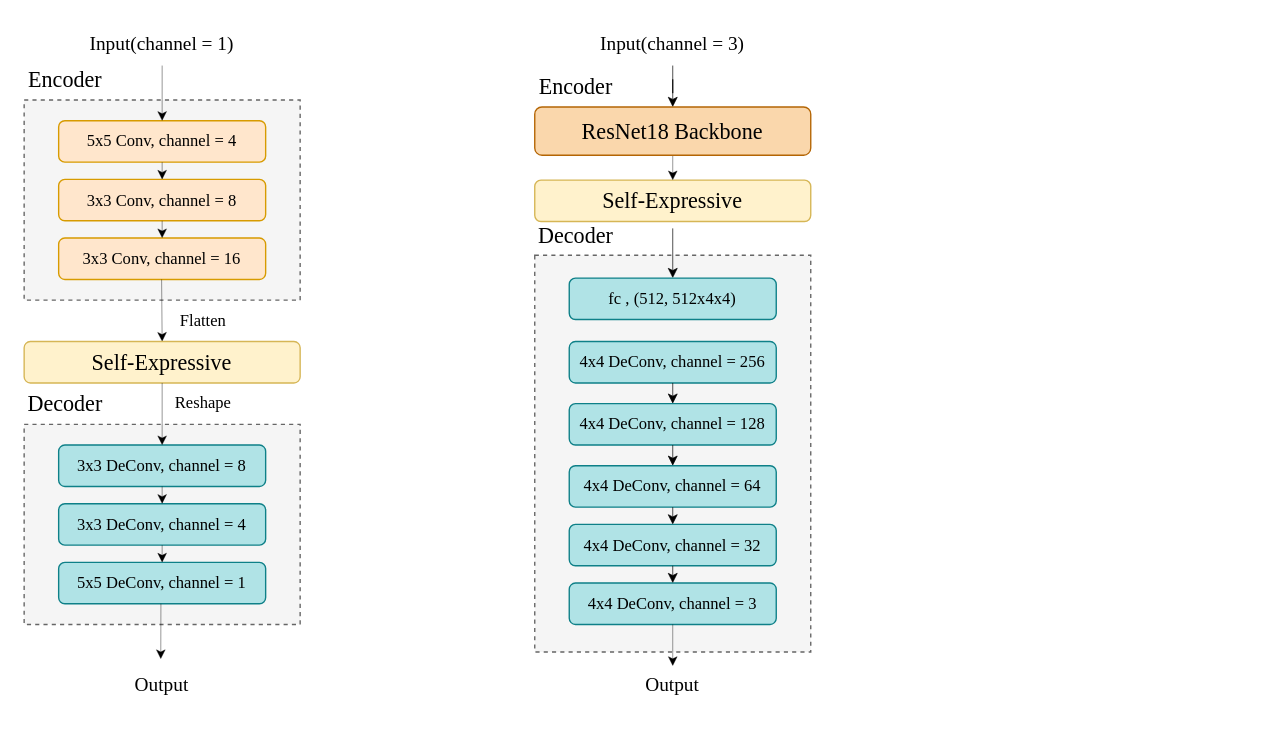
The draw.io diagram test.drawio in infiniteaim/Repository-from-Anonus, before the edit. Source tidied: cells renumbered, new cells numbered last; positions are measured from the earlier drawing's top-left corner, leaving out a move shared by most shapes. Both pictures are drawn from the tidied source at 138%, with x=0, y=0 at pixel (23, 23).
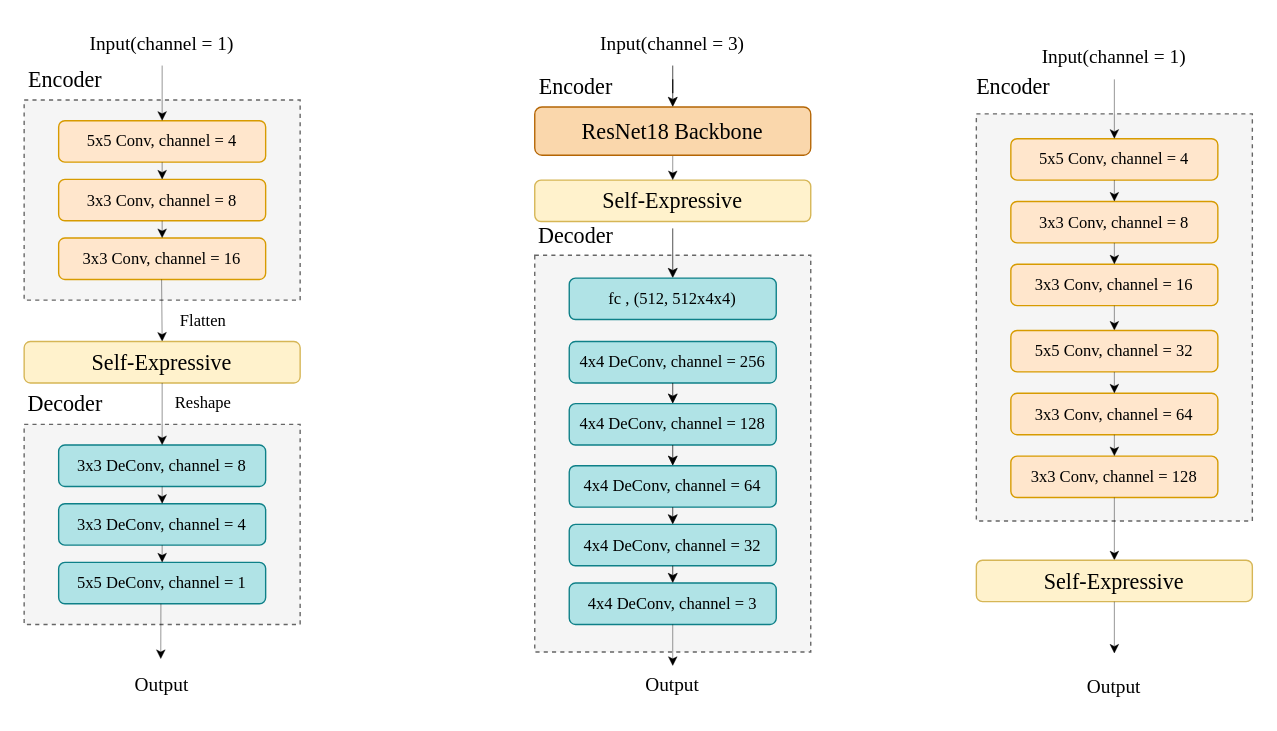
The same diagram, later.

The edit, as a diff of the source:
```diff
@@
+    <mxCell id="46" style="rounded=0;whiteSpace=wrap;html=1;dashed=1;fillColor=#f5f5f5;fontColor=#333333;strokeColor=#666666;fontFamily=Times New Roman;" parent="1" vertex="1">
+      <mxGeometry x="690" y="65" width="200" height="295" as="geometry" />
+    </mxCell>
+    <mxCell id="47" value="5x5 Conv, channel = 4" style="rounded=1;whiteSpace=wrap;html=1;fillColor=#ffe6cc;strokeColor=#d79b00;fontFamily=Times New Roman;" parent="1" vertex="1">
+      <mxGeometry x="715" y="83" width="150" height="30" as="geometry" />
+    </mxCell>
+    <mxCell id="48" value="3x3 Conv, channel = 8" style="rounded=1;whiteSpace=wrap;html=1;fillColor=#ffe6cc;strokeColor=#d79b00;fontFamily=Times New Roman;" parent="1" vertex="1">
+      <mxGeometry x="715" y="128.5" width="150" height="30" as="geometry" />
+    </mxCell>
+    <mxCell id="49" value="3x3 Conv, channel = 16" style="rounded=1;whiteSpace=wrap;html=1;fillColor=#ffe6cc;strokeColor=#d79b00;fontFamily=Times New Roman;" parent="1" vertex="1">
+      <mxGeometry x="715" y="174" width="150" height="30" as="geometry" />
+    </mxCell>
+    <mxCell id="50" style="endArrow=classic;html=1;rounded=0;entryX=0.5;entryY=0;entryDx=0;entryDy=0;strokeWidth=0.3;fontFamily=Times New Roman;" parent="1" edge="1" target="47">
+      <mxGeometry relative="1" as="geometry">
+        <mxPoint x="790" y="40" as="sourcePoint" />
+      </mxGeometry>
+    </mxCell>
+    <mxCell id="51" style="endArrow=classic;html=1;rounded=0;entryX=0.5;entryY=0;entryDx=0;entryDy=0;strokeWidth=0.3;exitX=0.5;exitY=1;exitDx=0;exitDy=0;fontFamily=Times New Roman;" parent="1" edge="1" source="47" target="48">
+      <mxGeometry relative="1" as="geometry" />
+    </mxCell>
+    <mxCell id="52" style="endArrow=classic;html=1;rounded=0;entryX=0.5;entryY=0;entryDx=0;entryDy=0;strokeWidth=0.3;exitX=0.5;exitY=1;exitDx=0;exitDy=0;fontFamily=Times New Roman;" parent="1" edge="1" source="48" target="49">
+      <mxGeometry relative="1" as="geometry" />
+    </mxCell>
+    <mxCell id="53" style="endArrow=classic;html=1;rounded=0;strokeWidth=0.3;fontFamily=Times New Roman;entryX=0.5;entryY=0;entryDx=0;entryDy=0;exitX=0.5;exitY=1;exitDx=0;exitDy=0;" parent="1" edge="1" source="49" target="55">
+      <mxGeometry relative="1" as="geometry" />
+    </mxCell>
+    <mxCell id="54" value="&lt;font style=&quot;font-size: 14px;&quot;&gt;Input(channel = 1)&lt;/font&gt;" style="text;html=1;align=center;verticalAlign=middle;whiteSpace=wrap;rounded=0;fontFamily=Times New Roman;" parent="1" vertex="1">
+      <mxGeometry x="730" y="10" width="120" height="30" as="geometry" />
+    </mxCell>
+    <mxCell id="55" value="5x5 Conv, channel = 32" style="rounded=1;whiteSpace=wrap;html=1;fillColor=#ffe6cc;strokeColor=#d79b00;fontFamily=Times New Roman;" parent="1" vertex="1">
+      <mxGeometry x="715" y="222" width="150" height="30" as="geometry" />
+    </mxCell>
+    <mxCell id="56" value="3x3 Conv, channel = 64" style="rounded=1;whiteSpace=wrap;html=1;fillColor=#ffe6cc;strokeColor=#d79b00;fontFamily=Times New Roman;" parent="1" vertex="1">
+      <mxGeometry x="715" y="267.5" width="150" height="30" as="geometry" />
+    </mxCell>
+    <mxCell id="57" value="3x3 Conv, channel = 128" style="rounded=1;whiteSpace=wrap;html=1;fillColor=#ffe6cc;strokeColor=#d79b00;fontFamily=Times New Roman;" parent="1" vertex="1">
+      <mxGeometry x="715" y="313" width="150" height="30" as="geometry" />
+    </mxCell>
+    <mxCell id="58" style="endArrow=classic;html=1;rounded=0;entryX=0.5;entryY=0;entryDx=0;entryDy=0;strokeWidth=0.3;exitX=0.5;exitY=1;exitDx=0;exitDy=0;fontFamily=Times New Roman;" parent="1" edge="1" source="55" target="56">
+      <mxGeometry relative="1" as="geometry" />
+    </mxCell>
+    <mxCell id="59" style="endArrow=classic;html=1;rounded=0;entryX=0.5;entryY=0;entryDx=0;entryDy=0;strokeWidth=0.3;exitX=0.5;exitY=1;exitDx=0;exitDy=0;fontFamily=Times New Roman;" parent="1" edge="1" source="56" target="57">
+      <mxGeometry relative="1" as="geometry" />
+    </mxCell>
+    <mxCell id="60" style="endArrow=classic;html=1;rounded=0;strokeWidth=0.3;fontFamily=Times New Roman;entryX=0.5;entryY=0;entryDx=0;entryDy=0;exitX=0.5;exitY=1;exitDx=0;exitDy=0;" parent="1" edge="1" source="57" target="61">
+      <mxGeometry relative="1" as="geometry" />
+    </mxCell>
+    <mxCell id="61" value="&lt;font style=&quot;font-size: 16px;&quot;&gt;Self-Expressive&lt;/font&gt;" style="rounded=1;whiteSpace=wrap;html=1;fillColor=#fff2cc;strokeColor=#d6b656;fontFamily=Times New Roman;" parent="1" vertex="1">
+      <mxGeometry x="690" y="388.5" width="200" height="30" as="geometry" />
+    </mxCell>
+    <mxCell id="62" style="endArrow=classic;html=1;rounded=0;strokeWidth=0.3;fontFamily=Times New Roman;exitX=0.5;exitY=1;exitDx=0;exitDy=0;" parent="1" edge="1" source="61">
+      <mxGeometry relative="1" as="geometry">
+        <mxPoint x="790" y="456" as="targetPoint" />
+      </mxGeometry>
+    </mxCell>
+    <mxCell id="63" value="&lt;font style=&quot;font-size: 14px;&quot;&gt;Output&lt;/font&gt;" style="text;html=1;align=center;verticalAlign=middle;whiteSpace=wrap;rounded=0;fontFamily=Times New Roman;" parent="1" vertex="1">
+      <mxGeometry x="760" y="466" width="60" height="30" as="geometry" />
+    </mxCell>
+    <mxCell id="64" value="&lt;font style=&quot;font-size: 16px;&quot;&gt;Encoder&lt;/font&gt;" style="text;html=1;align=center;verticalAlign=middle;whiteSpace=wrap;rounded=0;fontFamily=Times New Roman;" parent="1" vertex="1">
+      <mxGeometry x="687" y="30" width="60" height="30" as="geometry" />
+    </mxCell>
```
